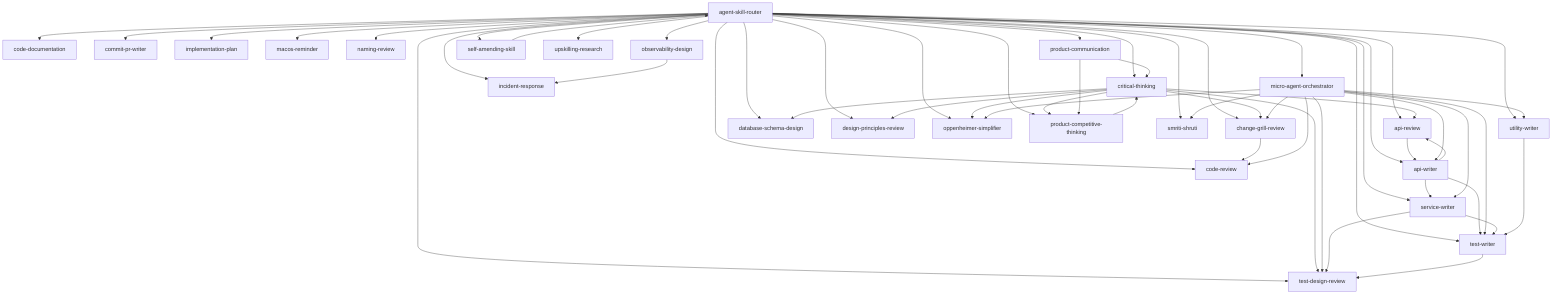
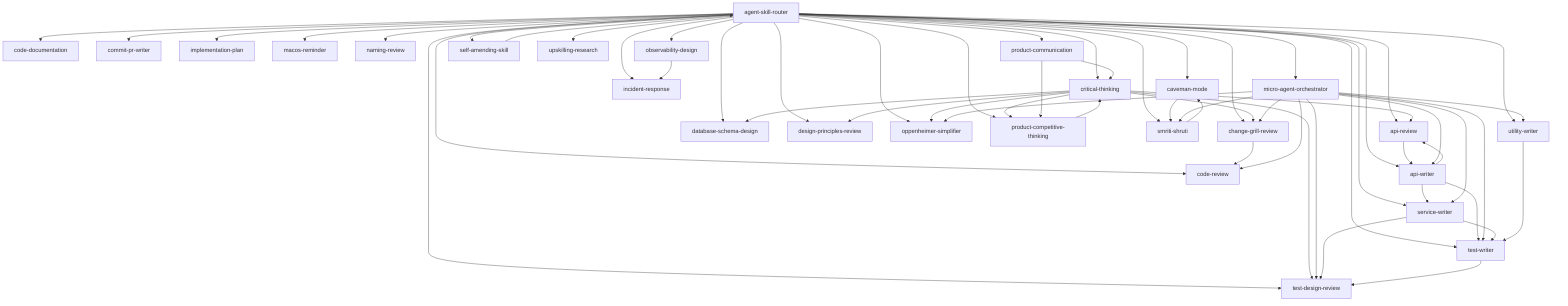
graph TD
  agent_skill_router["agent-skill-router"] --> api_review["api-review"]
  agent_skill_router["agent-skill-router"] --> api_writer["api-writer"]
+   agent_skill_router["agent-skill-router"] --> caveman_mode["caveman-mode"]
  agent_skill_router["agent-skill-router"] --> change_grill_review["change-grill-review"]
  agent_skill_router["agent-skill-router"] --> code_documentation["code-documentation"]
  agent_skill_router["agent-skill-router"] --> code_review["code-review"]
  agent_skill_router["agent-skill-router"] --> commit_pr_writer["commit-pr-writer"]
  agent_skill_router["agent-skill-router"] --> critical_thinking["critical-thinking"]
  agent_skill_router["agent-skill-router"] --> database_schema_design["database-schema-design"]
  agent_skill_router["agent-skill-router"] --> design_principles_review["design-principles-review"]
  agent_skill_router["agent-skill-router"] --> implementation_plan["implementation-plan"]
  agent_skill_router["agent-skill-router"] --> incident_response["incident-response"]
  agent_skill_router["agent-skill-router"] --> macos_reminder["macos-reminder"]
  agent_skill_router["agent-skill-router"] --> micro_agent_orchestrator["micro-agent-orchestrator"]
  agent_skill_router["agent-skill-router"] --> naming_review["naming-review"]
  agent_skill_router["agent-skill-router"] --> observability_design["observability-design"]
  agent_skill_router["agent-skill-router"] --> oppenheimer_simplifier["oppenheimer-simplifier"]
  agent_skill_router["agent-skill-router"] --> product_communication["product-communication"]
  agent_skill_router["agent-skill-router"] --> product_competitive_thinking["product-competitive-thinking"]
  agent_skill_router["agent-skill-router"] --> self_amending_skill["self-amending-skill"]
  agent_skill_router["agent-skill-router"] --> service_writer["service-writer"]
  agent_skill_router["agent-skill-router"] --> smriti_shruti["smriti-shruti"]
  agent_skill_router["agent-skill-router"] --> test_design_review["test-design-review"]
  agent_skill_router["agent-skill-router"] --> test_writer["test-writer"]
  agent_skill_router["agent-skill-router"] --> upskilling_research["upskilling-research"]
  agent_skill_router["agent-skill-router"] --> utility_writer["utility-writer"]
  api_review["api-review"] --> api_writer["api-writer"]
  api_writer["api-writer"] --> api_review["api-review"]
  api_writer["api-writer"] --> service_writer["service-writer"]
  api_writer["api-writer"] --> test_writer["test-writer"]
+   caveman_mode["caveman-mode"] --> smriti_shruti["smriti-shruti"]
  change_grill_review["change-grill-review"] --> code_review["code-review"]
  critical_thinking["critical-thinking"] --> api_review["api-review"]
  critical_thinking["critical-thinking"] --> change_grill_review["change-grill-review"]
  critical_thinking["critical-thinking"] --> database_schema_design["database-schema-design"]
  critical_thinking["critical-thinking"] --> design_principles_review["design-principles-review"]
  critical_thinking["critical-thinking"] --> oppenheimer_simplifier["oppenheimer-simplifier"]
  critical_thinking["critical-thinking"] --> product_competitive_thinking["product-competitive-thinking"]
  critical_thinking["critical-thinking"] --> test_design_review["test-design-review"]
  micro_agent_orchestrator["micro-agent-orchestrator"] --> api_writer["api-writer"]
  micro_agent_orchestrator["micro-agent-orchestrator"] --> change_grill_review["change-grill-review"]
  micro_agent_orchestrator["micro-agent-orchestrator"] --> code_review["code-review"]
  micro_agent_orchestrator["micro-agent-orchestrator"] --> oppenheimer_simplifier["oppenheimer-simplifier"]
  micro_agent_orchestrator["micro-agent-orchestrator"] --> service_writer["service-writer"]
  micro_agent_orchestrator["micro-agent-orchestrator"] --> smriti_shruti["smriti-shruti"]
  micro_agent_orchestrator["micro-agent-orchestrator"] --> test_design_review["test-design-review"]
  micro_agent_orchestrator["micro-agent-orchestrator"] --> test_writer["test-writer"]
  micro_agent_orchestrator["micro-agent-orchestrator"] --> utility_writer["utility-writer"]
  observability_design["observability-design"] --> incident_response["incident-response"]
  product_communication["product-communication"] --> critical_thinking["critical-thinking"]
  product_communication["product-communication"] --> product_competitive_thinking["product-competitive-thinking"]
  product_competitive_thinking["product-competitive-thinking"] --> critical_thinking["critical-thinking"]
  self_amending_skill["self-amending-skill"] --> agent_skill_router["agent-skill-router"]
  service_writer["service-writer"] --> test_design_review["test-design-review"]
  service_writer["service-writer"] --> test_writer["test-writer"]
+   smriti_shruti["smriti-shruti"] --> caveman_mode["caveman-mode"]
  test_writer["test-writer"] --> test_design_review["test-design-review"]
  utility_writer["utility-writer"] --> test_writer["test-writer"]
